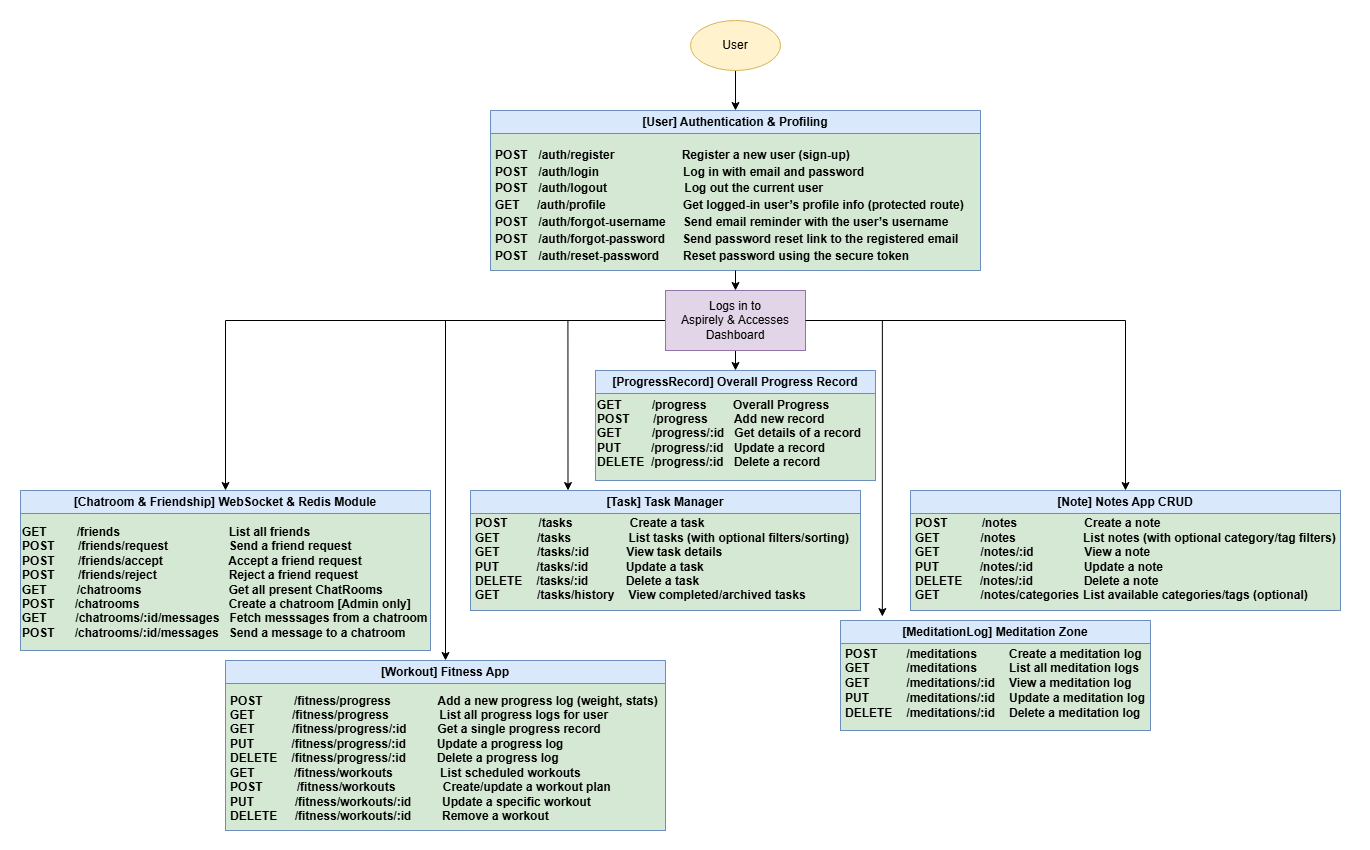
NinadWalke/Aspirely keeps this draw.io diagram as documentation/diagrams/aspirely_routing_diagram.png. Above is the earlier version. Source tidied: cells renumbered, new cells last; positions are measured from the earlier drawing's top-left corner, leaving out a move shared by most shapes.
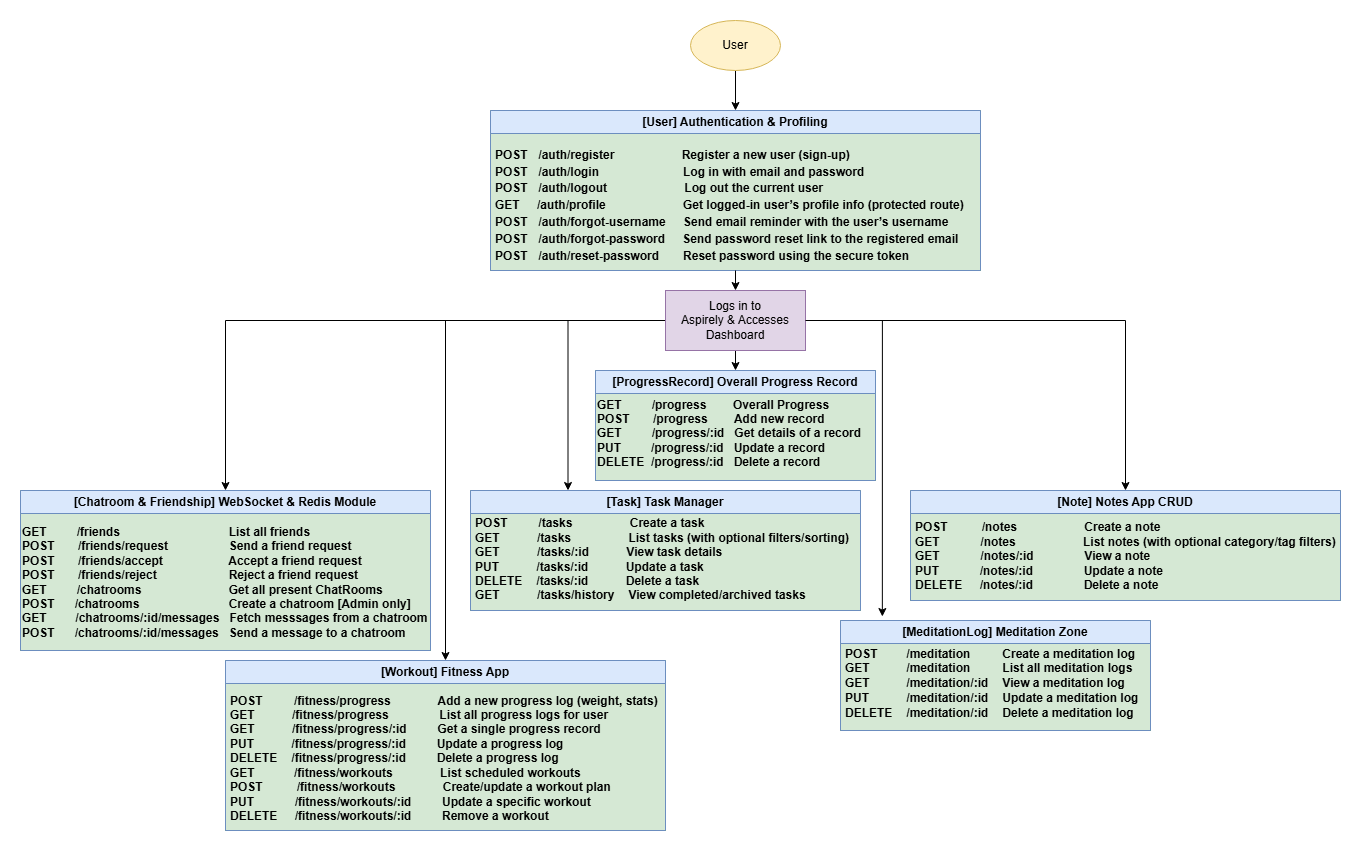
After the commit.

Change to the diagram source:
```diff
@@ -45,13 +45,13 @@
       <mxGeometry y="18" width="390" height="102" as="geometry" />
     </mxCell>
     <mxCell id="16" style="group;fillColor=#d5e8d4;strokeColor=#82b366;" parent="1" vertex="1">
-      <mxGeometry x="910" y="490" width="430" height="120" as="geometry" />
+      <mxGeometry x="910" y="490" width="430" height="110" as="geometry" />
     </mxCell>
     <mxCell id="17" value="[Note] Notes App CRUD" style="swimlane;whiteSpace=wrap;html=1;fillColor=#dae8fc;strokeColor=#6c8ebf;" parent="16" vertex="1">
-      <mxGeometry width="430" height="120" as="geometry" />
+      <mxGeometry width="430" height="110" as="geometry" />
     </mxCell>
-    <mxCell id="18" value="&lt;div style=&quot;line-height: 70%;&quot;&gt;&lt;table&gt;&lt;tbody&gt;&lt;tr&gt;&lt;td&gt;&lt;font face=&quot;Helvetica&quot;&gt;&lt;b&gt;POST&lt;/b&gt;&lt;/font&gt;&lt;/td&gt;&lt;td&gt;&lt;code&gt;&lt;font face=&quot;Helvetica&quot;&gt;&lt;b&gt;&lt;span style=&quot;white-space: pre;&quot;&gt;&#9;&lt;/span&gt;&amp;nbsp;/notes&lt;/b&gt;&lt;/font&gt;&lt;/code&gt;&lt;/td&gt;&lt;td&gt;&lt;font face=&quot;Helvetica&quot;&gt;&lt;b&gt;&lt;span style=&quot;white-space: pre;&quot;&gt;&#9;&lt;/span&gt;&lt;span style=&quot;white-space: pre;&quot;&gt;&#9;&lt;/span&gt;&amp;nbsp; &amp;nbsp;Create a note&lt;/b&gt;&lt;/font&gt;&lt;/td&gt;&lt;/tr&gt;&lt;/tbody&gt;&lt;/table&gt;&lt;table&gt;&lt;tbody&gt;&lt;tr&gt;&lt;td&gt;&lt;font face=&quot;Helvetica&quot;&gt;&lt;b&gt;GET&lt;/b&gt;&lt;/font&gt;&lt;/td&gt;&lt;td&gt;&lt;code&gt;&lt;font face=&quot;Helvetica&quot;&gt;&lt;b&gt;&lt;span style=&quot;white-space: pre;&quot;&gt;&#9;&lt;/span&gt;&amp;nbsp; &amp;nbsp;/notes&lt;/b&gt;&lt;/font&gt;&lt;/code&gt;&lt;/td&gt;&lt;td&gt;&lt;font face=&quot;Helvetica&quot;&gt;&lt;b&gt;&lt;span style=&quot;white-space: pre;&quot;&gt;&#9;&lt;/span&gt;&lt;span style=&quot;white-space: pre;&quot;&gt;&#9;&lt;/span&gt;&amp;nbsp; &amp;nbsp;List notes (with optional category/tag filters)&lt;/b&gt;&lt;/font&gt;&lt;/td&gt;&lt;/tr&gt;&lt;/tbody&gt;&lt;/table&gt;&lt;table&gt;&lt;tbody&gt;&lt;tr&gt;&lt;td&gt;&lt;font face=&quot;Helvetica&quot;&gt;&lt;b&gt;GET&lt;/b&gt;&lt;/font&gt;&lt;/td&gt;&lt;td&gt;&lt;code&gt;&lt;font face=&quot;Helvetica&quot;&gt;&lt;b&gt;&amp;nbsp; &amp;nbsp; &amp;nbsp; &amp;nbsp; &amp;nbsp; &amp;nbsp;/notes/:id&lt;span style=&quot;white-space: pre;&quot;&gt;&#9;&lt;/span&gt;&lt;span style=&quot;white-space: pre;&quot;&gt;&#9;&lt;/span&gt;&lt;/b&gt;&lt;/font&gt;&lt;/code&gt;&lt;/td&gt;&lt;td&gt;&lt;font face=&quot;Helvetica&quot;&gt;&lt;b&gt;&amp;nbsp;View a note&lt;/b&gt;&lt;/font&gt;&lt;/td&gt;&lt;/tr&gt;&lt;/tbody&gt;&lt;/table&gt;&lt;table&gt;&lt;tbody&gt;&lt;tr&gt;&lt;td&gt;&lt;font face=&quot;Helvetica&quot;&gt;&lt;b&gt;PUT&lt;/b&gt;&lt;/font&gt;&lt;/td&gt;&lt;td&gt;&lt;code&gt;&lt;font face=&quot;Helvetica&quot;&gt;&lt;b&gt;&lt;span style=&quot;white-space: pre;&quot;&gt;&#9;&lt;/span&gt;&amp;nbsp; &amp;nbsp;/notes/:id&lt;/b&gt;&lt;/font&gt;&lt;/code&gt;&lt;/td&gt;&lt;td&gt;&lt;font face=&quot;Helvetica&quot;&gt;&lt;b&gt;&lt;span style=&quot;white-space: pre;&quot;&gt;&#9;&lt;/span&gt;&amp;nbsp; &amp;nbsp; &amp;nbsp; Update a note&lt;/b&gt;&lt;/font&gt;&lt;/td&gt;&lt;/tr&gt;&lt;/tbody&gt;&lt;/table&gt;&lt;table&gt;&lt;tbody&gt;&lt;tr&gt;&lt;td&gt;&lt;font face=&quot;Helvetica&quot;&gt;&lt;b&gt;DELETE&lt;/b&gt;&lt;/font&gt;&lt;/td&gt;&lt;td&gt;&lt;code&gt;&lt;font face=&quot;Helvetica&quot;&gt;&lt;b&gt;&amp;nbsp; &amp;nbsp; /notes/:id&lt;/b&gt;&lt;/font&gt;&lt;/code&gt;&lt;/td&gt;&lt;td&gt;&lt;font face=&quot;Helvetica&quot;&gt;&lt;b&gt;&lt;span style=&quot;white-space: pre;&quot;&gt;&#9;&lt;/span&gt;&amp;nbsp; &amp;nbsp; &amp;nbsp; Delete a note&lt;/b&gt;&lt;/font&gt;&lt;/td&gt;&lt;/tr&gt;&lt;/tbody&gt;&lt;/table&gt;&lt;table&gt;&lt;tbody&gt;&lt;tr&gt;&lt;td&gt;&lt;font face=&quot;Helvetica&quot;&gt;&lt;b&gt;GET&lt;/b&gt;&lt;/font&gt;&lt;/td&gt;&lt;td&gt;&lt;code&gt;&lt;font face=&quot;Helvetica&quot;&gt;&lt;b&gt;&lt;span style=&quot;white-space: pre;&quot;&gt;&#9;&lt;/span&gt;&amp;nbsp;&amp;nbsp;&amp;nbsp;/notes/categories&lt;/b&gt;&lt;/font&gt;&lt;/code&gt;&lt;/td&gt;&lt;td&gt;&lt;font face=&quot;Helvetica&quot;&gt;&lt;b&gt;List available categories/tags (optional)&lt;/b&gt;&lt;/font&gt;&lt;/td&gt;&lt;/tr&gt;&lt;/tbody&gt;&lt;/table&gt;&lt;/div&gt;" style="text;html=1;whiteSpace=wrap;strokeColor=none;fillColor=none;align=left;verticalAlign=middle;rounded=0;" parent="16" vertex="1">
-      <mxGeometry y="18" width="430" height="102" as="geometry" />
+    <mxCell id="18" value="&lt;div style=&quot;line-height: 70%;&quot;&gt;&lt;table&gt;&lt;tbody&gt;&lt;tr&gt;&lt;td&gt;&lt;font face=&quot;Helvetica&quot;&gt;&lt;b&gt;POST&lt;/b&gt;&lt;/font&gt;&lt;/td&gt;&lt;td&gt;&lt;code&gt;&lt;font face=&quot;Helvetica&quot;&gt;&lt;b&gt;&lt;span style=&quot;white-space: pre;&quot;&gt;&#9;&lt;/span&gt;&amp;nbsp;/notes&lt;/b&gt;&lt;/font&gt;&lt;/code&gt;&lt;/td&gt;&lt;td&gt;&lt;font face=&quot;Helvetica&quot;&gt;&lt;b&gt;&lt;span style=&quot;white-space: pre;&quot;&gt;&#9;&lt;/span&gt;&lt;span style=&quot;white-space: pre;&quot;&gt;&#9;&lt;/span&gt;&amp;nbsp; &amp;nbsp;Create a note&lt;/b&gt;&lt;/font&gt;&lt;/td&gt;&lt;/tr&gt;&lt;/tbody&gt;&lt;/table&gt;&lt;table&gt;&lt;tbody&gt;&lt;tr&gt;&lt;td&gt;&lt;font face=&quot;Helvetica&quot;&gt;&lt;b&gt;GET&lt;/b&gt;&lt;/font&gt;&lt;/td&gt;&lt;td&gt;&lt;code&gt;&lt;font face=&quot;Helvetica&quot;&gt;&lt;b&gt;&lt;span style=&quot;white-space: pre;&quot;&gt;&#9;&lt;/span&gt;&amp;nbsp; &amp;nbsp;/notes&lt;/b&gt;&lt;/font&gt;&lt;/code&gt;&lt;/td&gt;&lt;td&gt;&lt;font face=&quot;Helvetica&quot;&gt;&lt;b&gt;&lt;span style=&quot;white-space: pre;&quot;&gt;&#9;&lt;/span&gt;&lt;span style=&quot;white-space: pre;&quot;&gt;&#9;&lt;/span&gt;&amp;nbsp; &amp;nbsp;List notes (with optional category/tag filters)&lt;/b&gt;&lt;/font&gt;&lt;/td&gt;&lt;/tr&gt;&lt;/tbody&gt;&lt;/table&gt;&lt;table&gt;&lt;tbody&gt;&lt;tr&gt;&lt;td&gt;&lt;font face=&quot;Helvetica&quot;&gt;&lt;b&gt;GET&lt;/b&gt;&lt;/font&gt;&lt;/td&gt;&lt;td&gt;&lt;code&gt;&lt;font face=&quot;Helvetica&quot;&gt;&lt;b&gt;&amp;nbsp; &amp;nbsp; &amp;nbsp; &amp;nbsp; &amp;nbsp; &amp;nbsp;/notes/:id&lt;span style=&quot;white-space: pre;&quot;&gt;&#9;&lt;/span&gt;&lt;span style=&quot;white-space: pre;&quot;&gt;&#9;&lt;/span&gt;&lt;/b&gt;&lt;/font&gt;&lt;/code&gt;&lt;/td&gt;&lt;td&gt;&lt;font face=&quot;Helvetica&quot;&gt;&lt;b&gt;&amp;nbsp;View a note&lt;/b&gt;&lt;/font&gt;&lt;/td&gt;&lt;/tr&gt;&lt;/tbody&gt;&lt;/table&gt;&lt;table&gt;&lt;tbody&gt;&lt;tr&gt;&lt;td&gt;&lt;font face=&quot;Helvetica&quot;&gt;&lt;b&gt;PUT&lt;/b&gt;&lt;/font&gt;&lt;/td&gt;&lt;td&gt;&lt;code&gt;&lt;font face=&quot;Helvetica&quot;&gt;&lt;b&gt;&lt;span style=&quot;white-space: pre;&quot;&gt;&#9;&lt;/span&gt;&amp;nbsp; &amp;nbsp;/notes/:id&lt;/b&gt;&lt;/font&gt;&lt;/code&gt;&lt;/td&gt;&lt;td&gt;&lt;font face=&quot;Helvetica&quot;&gt;&lt;b&gt;&lt;span style=&quot;white-space: pre;&quot;&gt;&#9;&lt;/span&gt;&amp;nbsp; &amp;nbsp; &amp;nbsp; Update a note&lt;/b&gt;&lt;/font&gt;&lt;/td&gt;&lt;/tr&gt;&lt;/tbody&gt;&lt;/table&gt;&lt;table&gt;&lt;tbody&gt;&lt;tr&gt;&lt;td&gt;&lt;font face=&quot;Helvetica&quot;&gt;&lt;b&gt;DELETE&lt;/b&gt;&lt;/font&gt;&lt;/td&gt;&lt;td&gt;&lt;code&gt;&lt;font face=&quot;Helvetica&quot;&gt;&lt;b&gt;&amp;nbsp; &amp;nbsp; /notes/:id&lt;/b&gt;&lt;/font&gt;&lt;/code&gt;&lt;/td&gt;&lt;td&gt;&lt;font face=&quot;Helvetica&quot;&gt;&lt;b&gt;&lt;span style=&quot;white-space: pre;&quot;&gt;&#9;&lt;/span&gt;&amp;nbsp; &amp;nbsp; &amp;nbsp; Delete a note&lt;/b&gt;&lt;/font&gt;&lt;/td&gt;&lt;/tr&gt;&lt;/tbody&gt;&lt;/table&gt;&lt;br&gt;&lt;/div&gt;" style="text;html=1;whiteSpace=wrap;strokeColor=none;fillColor=none;align=left;verticalAlign=middle;rounded=0;" parent="16" vertex="1">
+      <mxGeometry y="30" width="430" height="80" as="geometry" />
     </mxCell>
     <mxCell id="19" style="group;fillColor=#d5e8d4;strokeColor=#82b366;" parent="1" vertex="1">
       <mxGeometry x="225" y="660" width="440" height="170" as="geometry" />
@@ -68,7 +68,7 @@
     <mxCell id="23" value="[MeditationLog] Meditation Zone" style="swimlane;whiteSpace=wrap;html=1;fillColor=#dae8fc;strokeColor=#6c8ebf;" parent="22" vertex="1">
       <mxGeometry width="310" height="110" as="geometry" />
     </mxCell>
-    <mxCell id="24" value="&lt;div style=&quot;line-height: 90%;&quot;&gt;&lt;table class=&quot;w-fit min-w-(--thread-content-width)&quot;&gt;&lt;thead&gt;&lt;/thead&gt;&lt;tbody&gt;&lt;tr&gt;&lt;td&gt;&lt;b&gt;POST&lt;/b&gt;&lt;/td&gt;&lt;td&gt;&lt;code&gt;&lt;font face=&quot;Helvetica&quot;&gt;&lt;b&gt;&amp;nbsp; &amp;nbsp;/meditations&lt;/b&gt;&lt;/font&gt;&lt;/code&gt;&lt;/td&gt;&lt;td&gt;&lt;b&gt;&amp;nbsp; &amp;nbsp;Create a meditation log&lt;/b&gt;&lt;/td&gt;&lt;/tr&gt;&lt;tr&gt;&lt;td&gt;&lt;b&gt;GET&lt;/b&gt;&lt;/td&gt;&lt;td&gt;&lt;code&gt;&lt;font face=&quot;Helvetica&quot;&gt;&lt;b&gt;&amp;nbsp; &amp;nbsp;/meditations&lt;/b&gt;&lt;/font&gt;&lt;/code&gt;&lt;/td&gt;&lt;td&gt;&lt;b&gt;&amp;nbsp; &amp;nbsp;List all meditation logs&lt;/b&gt;&lt;/td&gt;&lt;/tr&gt;&lt;tr&gt;&lt;td&gt;&lt;b&gt;GET&lt;/b&gt;&lt;/td&gt;&lt;td&gt;&lt;code&gt;&lt;font face=&quot;Helvetica&quot;&gt;&lt;b&gt;&amp;nbsp; &amp;nbsp;/meditations/:id&lt;/b&gt;&lt;/font&gt;&lt;/code&gt;&lt;/td&gt;&lt;td&gt;&lt;b&gt;&amp;nbsp; &amp;nbsp;View a meditation log&lt;/b&gt;&lt;/td&gt;&lt;/tr&gt;&lt;tr&gt;&lt;td&gt;&lt;b&gt;PUT&lt;/b&gt;&lt;/td&gt;&lt;td&gt;&lt;code&gt;&lt;font face=&quot;Helvetica&quot;&gt;&lt;b&gt;&amp;nbsp; &amp;nbsp;/meditations/:id&lt;/b&gt;&lt;/font&gt;&lt;/code&gt;&lt;/td&gt;&lt;td&gt;&lt;b&gt;&amp;nbsp; &amp;nbsp;Update a meditation log&lt;/b&gt;&lt;/td&gt;&lt;/tr&gt;&lt;tr&gt;&lt;td&gt;&lt;b&gt;DELETE&lt;/b&gt;&lt;/td&gt;&lt;td&gt;&lt;code&gt;&lt;font face=&quot;Helvetica&quot;&gt;&lt;b&gt;&amp;nbsp; &amp;nbsp;/meditations/:id&lt;/b&gt;&lt;/font&gt;&lt;/code&gt;&lt;/td&gt;&lt;td&gt;&lt;b&gt;&amp;nbsp; &amp;nbsp;Delete a meditation log&lt;/b&gt;&lt;/td&gt;&lt;/tr&gt;&lt;/tbody&gt;&lt;/table&gt;&lt;/div&gt;" style="text;html=1;whiteSpace=wrap;strokeColor=none;fillColor=none;align=left;verticalAlign=middle;rounded=0;" parent="22" vertex="1">
+    <mxCell id="24" value="&lt;div style=&quot;line-height: 90%;&quot;&gt;&lt;table class=&quot;w-fit min-w-(--thread-content-width)&quot;&gt;&lt;thead&gt;&lt;/thead&gt;&lt;tbody&gt;&lt;tr&gt;&lt;td&gt;&lt;b&gt;POST&lt;/b&gt;&lt;/td&gt;&lt;td&gt;&lt;code&gt;&lt;font face=&quot;Helvetica&quot;&gt;&lt;b&gt;&amp;nbsp; &amp;nbsp;/meditation&lt;/b&gt;&lt;/font&gt;&lt;/code&gt;&lt;/td&gt;&lt;td&gt;&lt;b&gt;&amp;nbsp; &amp;nbsp;Create a meditation log&lt;/b&gt;&lt;/td&gt;&lt;/tr&gt;&lt;tr&gt;&lt;td&gt;&lt;b&gt;GET&lt;/b&gt;&lt;/td&gt;&lt;td&gt;&lt;code&gt;&lt;font face=&quot;Helvetica&quot;&gt;&lt;b&gt;&amp;nbsp; &amp;nbsp;/meditation&lt;/b&gt;&lt;/font&gt;&lt;/code&gt;&lt;/td&gt;&lt;td&gt;&lt;b&gt;&amp;nbsp; &amp;nbsp;List all meditation logs&lt;/b&gt;&lt;/td&gt;&lt;/tr&gt;&lt;tr&gt;&lt;td&gt;&lt;b&gt;GET&lt;/b&gt;&lt;/td&gt;&lt;td&gt;&lt;code&gt;&lt;font face=&quot;Helvetica&quot;&gt;&lt;b&gt;&amp;nbsp; &amp;nbsp;/meditation/:id&lt;/b&gt;&lt;/font&gt;&lt;/code&gt;&lt;/td&gt;&lt;td&gt;&lt;b&gt;&amp;nbsp; &amp;nbsp;View a meditation log&lt;/b&gt;&lt;/td&gt;&lt;/tr&gt;&lt;tr&gt;&lt;td&gt;&lt;b&gt;PUT&lt;/b&gt;&lt;/td&gt;&lt;td&gt;&lt;code&gt;&lt;font face=&quot;Helvetica&quot;&gt;&lt;b&gt;&amp;nbsp; &amp;nbsp;/meditation/:id&lt;/b&gt;&lt;/font&gt;&lt;/code&gt;&lt;/td&gt;&lt;td&gt;&lt;b&gt;&amp;nbsp; &amp;nbsp;Update a meditation log&lt;/b&gt;&lt;/td&gt;&lt;/tr&gt;&lt;tr&gt;&lt;td&gt;&lt;b&gt;DELETE&lt;/b&gt;&lt;/td&gt;&lt;td&gt;&lt;code&gt;&lt;font face=&quot;Helvetica&quot;&gt;&lt;b&gt;&amp;nbsp; &amp;nbsp;/meditation/:id&lt;/b&gt;&lt;/font&gt;&lt;/code&gt;&lt;/td&gt;&lt;td&gt;&lt;b&gt;&amp;nbsp; &amp;nbsp;Delete a meditation log&lt;/b&gt;&lt;/td&gt;&lt;/tr&gt;&lt;/tbody&gt;&lt;/table&gt;&lt;/div&gt;" style="text;html=1;whiteSpace=wrap;strokeColor=none;fillColor=none;align=left;verticalAlign=middle;rounded=0;" parent="22" vertex="1">
       <mxGeometry y="16.5" width="310" height="93.5" as="geometry" />
     </mxCell>
     <mxCell id="25" style="group;fillColor=#d5e8d4;strokeColor=#82b366;" parent="1" vertex="1">
@@ -84,7 +84,7 @@
       <mxGeometry relative="1" as="geometry" />
     </mxCell>
     <mxCell id="29" style="rounded=0;whiteSpace=wrap;html=1;fillColor=none;strokeColor=none;" parent="1" vertex="1">
-      <mxGeometry width="1370" height="850" as="geometry" />
+      <mxGeometry width="1360" height="850" as="geometry" />
     </mxCell>
     <mxCell id="30" style="group;fillColor=#d5e8d4;strokeColor=#82b366;" parent="1" vertex="1">
       <mxGeometry x="490" y="110" width="490" height="160" as="geometry" />
```
